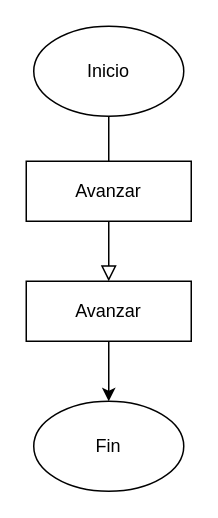
The draw.io diagram page "Maze 1" (1 of 10) of Untitled Diagram.drawio in Daniel-Cabbelt/Flowcharts, before the edit. Source tidied: cells renumbered, new cells numbered last; positions are measured from the earlier drawing's top-left corner, leaving out a move shared by most shapes. Both pictures are drawn from the tidied source at 150%, with x=0, y=0 at pixel (26, 26).
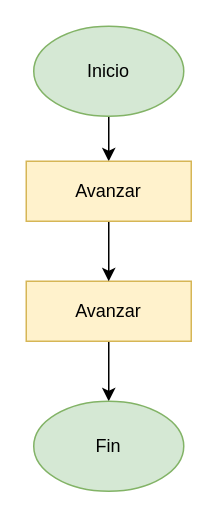
Above is the later version.

The edit, as a diff of the source:
```diff
@@
 <mxGraphModel>
   <root>
     <mxCell id="0" />
     <mxCell id="1" parent="0" />
-    <mxCell id="2" style="rounded=0;html=1;jettySize=auto;fontSize=11;endArrow=block;endFill=0;endSize=8;strokeWidth=1;shadow=0;labelBackgroundColor=none;edgeStyle=orthogonalEdgeStyle;exitX=0.5;exitY=1;exitDx=0;exitDy=0;entryX=0.5;entryY=0;entryDx=0;entryDy=0;" parent="1" edge="1" source="3" target="5">
-      <mxGeometry relative="1" as="geometry" />
-    </mxCell>
+    <mxCell id="8" style="edgeStyle=orthogonalEdgeStyle;rounded=0;jettySize=auto;html=1;" parent="1" edge="1" source="3" target="6">
+      <mxGeometry relative="1" as="geometry" />
+    </mxCell>
-    <mxCell id="3" value="Inicio" style="ellipse;whiteSpace=wrap;html=1;" parent="1" vertex="1">
+    <mxCell id="3" value="Inicio" style="ellipse;whiteSpace=wrap;html=1;fillColor=#d5e8d4;strokeColor=#82b366;" parent="1" vertex="1">
       <mxGeometry x="5" width="100" height="60" as="geometry" />
     </mxCell>
     <mxCell id="4" style="edgeStyle=orthogonalEdgeStyle;rounded=0;jettySize=auto;html=1;exitX=0.5;exitY=1;exitDx=0;exitDy=0;entryX=0.5;entryY=0;entryDx=0;entryDy=0;" parent="1" edge="1" source="5" target="7">
       <mxGeometry relative="1" as="geometry" />
     </mxCell>
-    <mxCell id="5" value="Avanzar" style="rounded=0;whiteSpace=wrap;html=1;" parent="1" vertex="1">
+    <mxCell id="5" value="Avanzar" style="rounded=0;whiteSpace=wrap;html=1;fillColor=#fff2cc;strokeColor=#d6b656;" parent="1" vertex="1">
       <mxGeometry y="170" width="110" height="40" as="geometry" />
     </mxCell>
+    <mxCell id="9" style="edgeStyle=orthogonalEdgeStyle;rounded=0;jettySize=auto;html=1;" parent="1" edge="1" source="6" target="5">
+      <mxGeometry relative="1" as="geometry" />
+    </mxCell>
-    <mxCell id="6" value="Avanzar" style="rounded=0;whiteSpace=wrap;html=1;" parent="1" vertex="1">
+    <mxCell id="6" value="Avanzar" style="rounded=0;whiteSpace=wrap;html=1;fillColor=#fff2cc;strokeColor=#d6b656;" parent="1" vertex="1">
       <mxGeometry y="90" width="110" height="40" as="geometry" />
     </mxCell>
-    <mxCell id="7" value="Fin" style="ellipse;whiteSpace=wrap;html=1;" parent="1" vertex="1">
+    <mxCell id="7" value="Fin" style="ellipse;whiteSpace=wrap;html=1;fillColor=#d5e8d4;strokeColor=#82b366;" parent="1" vertex="1">
       <mxGeometry x="5" y="250" width="100" height="60" as="geometry" />
     </mxCell>
   </root>
 </mxGraphModel>
```
